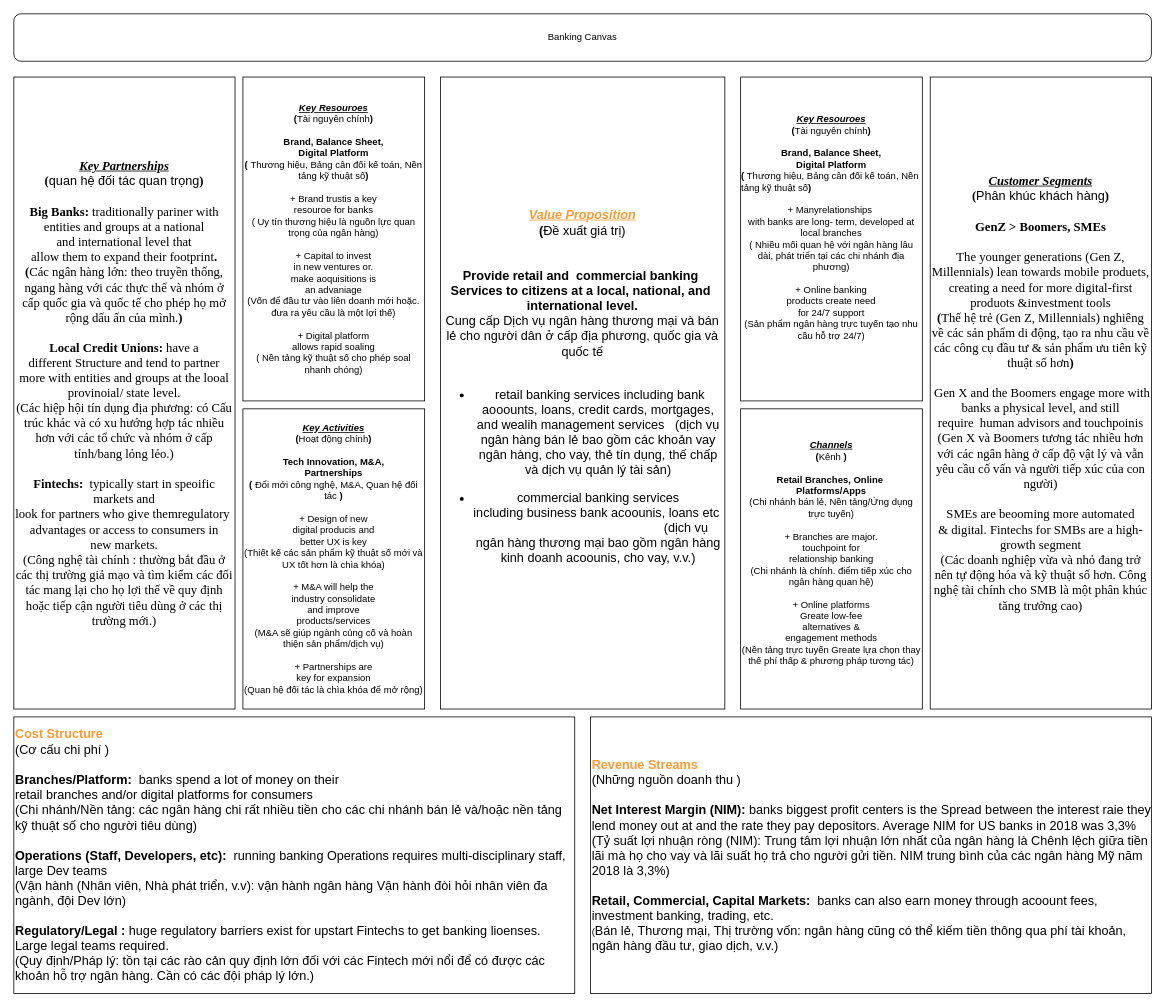
Before: business_canvas.drawio in TRINHCANH/DATA_PRODUCT, a draw.io diagram. Source tidied: cells renumbered, new cells numbered last; positions are measured from the earlier drawing's top-left corner, leaving out a move shared by most shapes. Both pictures are drawn from the tidied source at 79%, with x=0, y=0 at pixel (13, 13).
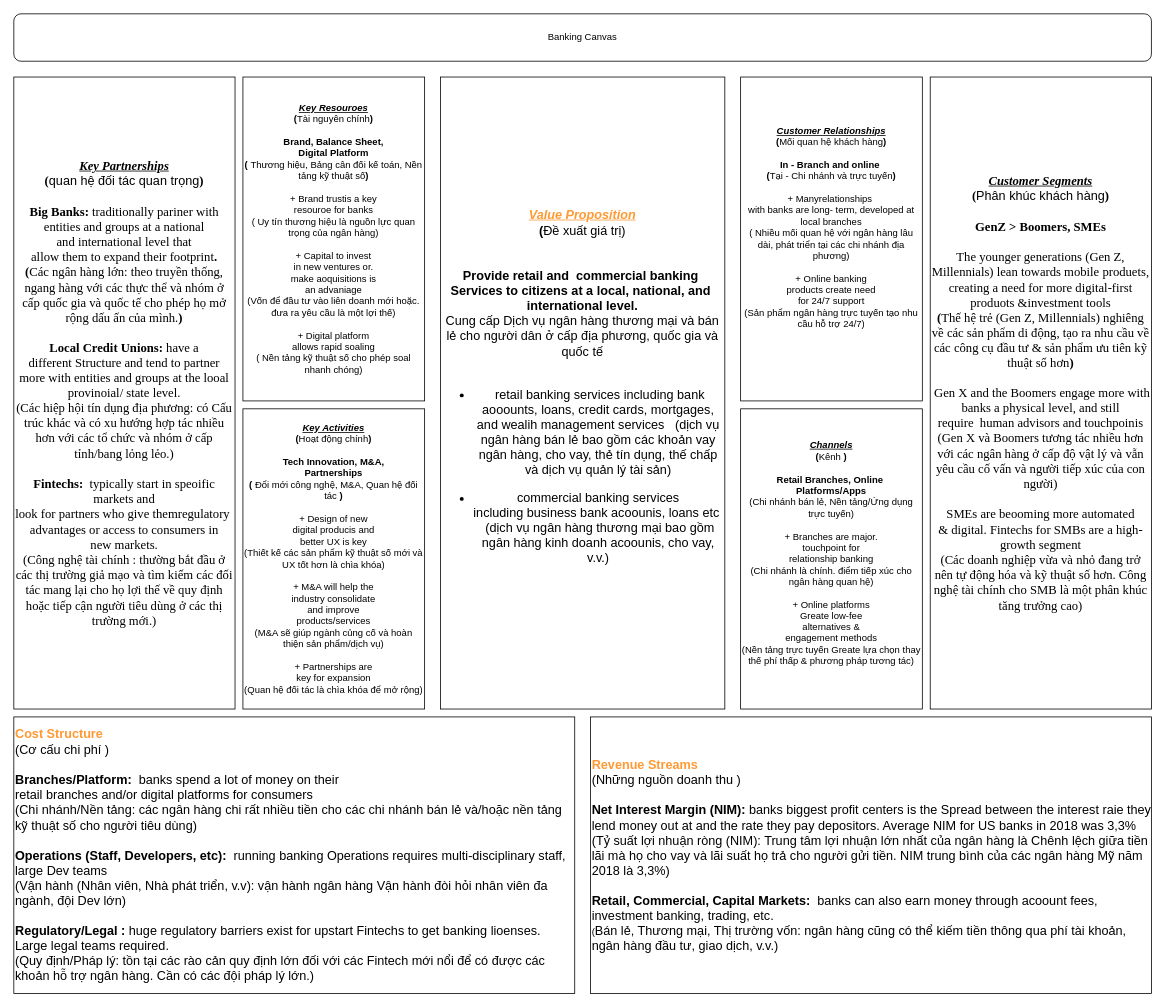
Above is the later version.

Change to the diagram source:
```diff
@@
-    <mxCell id="6" value="&lt;div style=&quot;font-size: 16px;&quot;&gt;&lt;font color=&quot;#ff9933&quot; style=&quot;font-size: 16px;&quot;&gt;&lt;b&gt;&lt;i&gt;&lt;u&gt;Value&amp;nbsp;&lt;span style=&quot;background-color: initial;&quot;&gt;Proposition&lt;/span&gt;&lt;/u&gt;&lt;/i&gt;&lt;/b&gt;&lt;/font&gt;&lt;/div&gt;&lt;div style=&quot;font-size: 16px;&quot;&gt;&lt;span style=&quot;background-color: initial;&quot;&gt;&lt;font style=&quot;font-size: 16px;&quot;&gt;&lt;b&gt;(&lt;/b&gt;Đề xuất giá trị)&lt;br&gt;&lt;/font&gt;&lt;/span&gt;&lt;/div&gt;&lt;div style=&quot;font-size: 16px;&quot;&gt;&lt;font style=&quot;font-size: 16px;&quot;&gt;&lt;br&gt;&lt;/font&gt;&lt;/div&gt;&lt;div style=&quot;font-size: 16px;&quot;&gt;&lt;font style=&quot;font-size: 16px;&quot;&gt;&lt;br&gt;&lt;/font&gt;&lt;/div&gt;&lt;div style=&quot;font-size: 16px;&quot;&gt;&lt;font style=&quot;font-size: 16px;&quot;&gt;&lt;b&gt;Provide retail and&amp;nbsp;&amp;nbsp;&lt;/b&gt;&lt;b style=&quot;background-color: initial;&quot;&gt;commercial banking&amp;nbsp;&lt;/b&gt;&lt;/font&gt;&lt;/div&gt;&lt;div style=&quot;font-size: 16px;&quot;&gt;&lt;font style=&quot;font-size: 16px;&quot;&gt;&lt;b&gt;Services to citizens at&amp;nbsp;&lt;/b&gt;&lt;b style=&quot;background-color: initial;&quot;&gt;a local, national, and&amp;nbsp;&lt;/b&gt;&lt;/font&gt;&lt;/div&gt;&lt;div style=&quot;font-size: 16px;&quot;&gt;&lt;b&gt;&lt;font style=&quot;font-size: 16px;&quot;&gt;international level.&lt;/font&gt;&lt;/b&gt;&lt;/div&gt;&lt;font style=&quot;font-size: 16px;&quot;&gt;Cung cấp Dịch vụ ngân hàng thương mại và bán lẻ cho người dân ở cấp địa phương, quốc gia và quốc tế&lt;br&gt;&lt;/font&gt;&lt;div style=&quot;font-size: 16px;&quot;&gt;&lt;b&gt;&lt;font style=&quot;font-size: 16px;&quot;&gt;&lt;br&gt;&lt;/font&gt;&lt;/b&gt;&lt;/div&gt;&lt;div style=&quot;font-size: 16px;&quot;&gt;&lt;ul style=&quot;&quot;&gt;&lt;li style=&quot;&quot;&gt;&lt;font style=&quot;font-size: 16px;&quot;&gt;&lt;span style=&quot;background-color: initial;&quot;&gt;&amp;nbsp;retail banking&amp;nbsp;&lt;/span&gt;&lt;span style=&quot;background-color: initial;&quot;&gt;services including&amp;nbsp;&lt;/span&gt;&lt;span style=&quot;background-color: initial;&quot;&gt;bank aooounts,&amp;nbsp;&lt;/span&gt;loans, credit cards,&amp;nbsp;&lt;span style=&quot;background-color: initial;&quot;&gt;mortgages, and&amp;nbsp;&lt;/span&gt;&lt;span style=&quot;background-color: initial;&quot;&gt;wealih management&amp;nbsp;&lt;/span&gt;&lt;span style=&quot;background-color: initial;&quot;&gt;services&amp;nbsp; &amp;nbsp;&lt;/span&gt;(dịch vụ ngân hàng bán lẻ bao gồm các khoản vay ngân hàng, cho vay, thẻ tín dụng, thế chấp và dịch vụ quản lý tài sản)&lt;/font&gt;&lt;/li&gt;&lt;/ul&gt;&lt;ul style=&quot;&quot;&gt;&lt;li style=&quot;&quot;&gt;&lt;font style=&quot;font-size: 16px;&quot;&gt;&lt;span style=&quot;background-color: initial;&quot;&gt;commercial banking&amp;nbsp;&lt;/span&gt;&lt;span style=&quot;background-color: initial;&quot;&gt;services including&amp;nbsp;&lt;/span&gt;&lt;span style=&quot;background-color: initial;&quot;&gt;business bank&amp;nbsp;&lt;/span&gt;&lt;span style=&quot;background-color: initial;&quot;&gt;acoounis, loans etc&amp;nbsp; &amp;nbsp; &amp;nbsp; &amp;nbsp; &amp;nbsp; &amp;nbsp; &amp;nbsp; &amp;nbsp; &amp;nbsp; &amp;nbsp; &amp;nbsp; &amp;nbsp; &amp;nbsp; &amp;nbsp; &amp;nbsp; &amp;nbsp; &amp;nbsp; &amp;nbsp; &amp;nbsp; &amp;nbsp; &amp;nbsp; &amp;nbsp; &amp;nbsp; &amp;nbsp; &amp;nbsp; &amp;nbsp; (dịch vụ ngân hàng thương mại bao gồm ngân hàng kinh doanh acoounis, cho vay, v.v.)&lt;/span&gt;&lt;/font&gt;&lt;/li&gt;&lt;/ul&gt;&lt;/div&gt;" style="rounded=0;whiteSpace=wrap;html=1;align=center;" parent="1" vertex="1">
+    <mxCell id="6" value="&lt;div style=&quot;font-size: 16px;&quot;&gt;&lt;font color=&quot;#ff9933&quot; style=&quot;font-size: 16px;&quot;&gt;&lt;b&gt;&lt;i&gt;&lt;u&gt;Value&amp;nbsp;&lt;span style=&quot;background-color: initial;&quot;&gt;Proposition&lt;/span&gt;&lt;/u&gt;&lt;/i&gt;&lt;/b&gt;&lt;/font&gt;&lt;/div&gt;&lt;div style=&quot;font-size: 16px;&quot;&gt;&lt;span style=&quot;background-color: initial;&quot;&gt;&lt;font style=&quot;font-size: 16px;&quot;&gt;&lt;b&gt;(&lt;/b&gt;Đề xuất giá trị)&lt;br&gt;&lt;/font&gt;&lt;/span&gt;&lt;/div&gt;&lt;div style=&quot;font-size: 16px;&quot;&gt;&lt;font style=&quot;font-size: 16px;&quot;&gt;&lt;br&gt;&lt;/font&gt;&lt;/div&gt;&lt;div style=&quot;font-size: 16px;&quot;&gt;&lt;font style=&quot;font-size: 16px;&quot;&gt;&lt;br&gt;&lt;/font&gt;&lt;/div&gt;&lt;div style=&quot;font-size: 16px;&quot;&gt;&lt;font style=&quot;font-size: 16px;&quot;&gt;&lt;b&gt;Provide retail and&amp;nbsp;&amp;nbsp;&lt;/b&gt;&lt;b style=&quot;background-color: initial;&quot;&gt;commercial banking&amp;nbsp;&lt;/b&gt;&lt;/font&gt;&lt;/div&gt;&lt;div style=&quot;font-size: 16px;&quot;&gt;&lt;font style=&quot;font-size: 16px;&quot;&gt;&lt;b&gt;Services to citizens at&amp;nbsp;&lt;/b&gt;&lt;b style=&quot;background-color: initial;&quot;&gt;a local, national, and&amp;nbsp;&lt;/b&gt;&lt;/font&gt;&lt;/div&gt;&lt;div style=&quot;font-size: 16px;&quot;&gt;&lt;b&gt;&lt;font style=&quot;font-size: 16px;&quot;&gt;international level.&lt;/font&gt;&lt;/b&gt;&lt;/div&gt;&lt;font style=&quot;font-size: 16px;&quot;&gt;Cung cấp Dịch vụ ngân hàng thương mại và bán lẻ cho người dân ở cấp địa phương, quốc gia và quốc tế&lt;br&gt;&lt;/font&gt;&lt;div style=&quot;font-size: 16px;&quot;&gt;&lt;b&gt;&lt;font style=&quot;font-size: 16px;&quot;&gt;&lt;br&gt;&lt;/font&gt;&lt;/b&gt;&lt;/div&gt;&lt;div style=&quot;font-size: 16px;&quot;&gt;&lt;ul style=&quot;&quot;&gt;&lt;li style=&quot;&quot;&gt;&lt;font style=&quot;font-size: 16px;&quot;&gt;&lt;span style=&quot;background-color: initial;&quot;&gt;&amp;nbsp;retail banking&amp;nbsp;&lt;/span&gt;&lt;span style=&quot;background-color: initial;&quot;&gt;services including&amp;nbsp;&lt;/span&gt;&lt;span style=&quot;background-color: initial;&quot;&gt;bank aooounts,&amp;nbsp;&lt;/span&gt;loans, credit cards,&amp;nbsp;&lt;span style=&quot;background-color: initial;&quot;&gt;mortgages, and&amp;nbsp;&lt;/span&gt;&lt;span style=&quot;background-color: initial;&quot;&gt;wealih management&amp;nbsp;&lt;/span&gt;&lt;span style=&quot;background-color: initial;&quot;&gt;services&amp;nbsp; &amp;nbsp;&lt;/span&gt;(dịch vụ ngân hàng bán lẻ bao gồm các khoản vay ngân hàng, cho vay, thẻ tín dụng, thế chấp và dịch vụ quản lý tài sản)&lt;/font&gt;&lt;/li&gt;&lt;/ul&gt;&lt;ul style=&quot;&quot;&gt;&lt;li style=&quot;&quot;&gt;&lt;font style=&quot;font-size: 16px;&quot;&gt;&lt;span style=&quot;background-color: initial;&quot;&gt;commercial banking&amp;nbsp;&lt;/span&gt;&lt;span style=&quot;background-color: initial;&quot;&gt;services including&amp;nbsp;&lt;/span&gt;&lt;span style=&quot;background-color: initial;&quot;&gt;business bank&amp;nbsp;&lt;/span&gt;&lt;span style=&quot;background-color: initial;&quot;&gt;acoounis, loans etc&amp;nbsp; &amp;nbsp;(dịch vụ ngân hàng thương mại bao gồm ngân hàng kinh doanh acoounis, cho vay, v.v.)&lt;/span&gt;&lt;/font&gt;&lt;/li&gt;&lt;/ul&gt;&lt;/div&gt;" style="rounded=0;whiteSpace=wrap;html=1;align=center;" parent="1" vertex="1">
       <mxGeometry x="540" y="80" width="360" height="800" as="geometry" />
     </mxCell>
-    <mxCell id="7" value="&lt;b&gt;&lt;i&gt;&lt;u&gt;Key Resouroes&lt;br&gt;&lt;/u&gt;&lt;/i&gt;(&lt;/b&gt;Tài nguyên chính&lt;b&gt;)&lt;/b&gt;&lt;br&gt;&lt;br&gt;&lt;div style=&quot;&quot;&gt;&lt;b&gt;Brand, Balance Sheet,&lt;/b&gt;&lt;/div&gt;&lt;div style=&quot;&quot;&gt;&lt;b&gt;Digital Platform&lt;/b&gt;&lt;/div&gt;&lt;div style=&quot;text-align: left;&quot;&gt;&lt;b&gt;(&amp;nbsp;&lt;/b&gt;&lt;span style=&quot;background-color: initial;&quot;&gt;Thương hiệu, Bảng cân đối kế toán, Nền tảng kỹ thuật số&lt;/span&gt;&lt;b style=&quot;background-color: initial;&quot;&gt;)&lt;/b&gt;&lt;/div&gt;&lt;div style=&quot;&quot;&gt;&lt;b&gt;&lt;br&gt;&lt;/b&gt;&lt;/div&gt;&lt;div style=&quot;&quot;&gt;+ Manyrelationships&amp;nbsp;&lt;/div&gt;with banks are long- term, developed at local branches&lt;div style=&quot;&quot;&gt;(&amp;nbsp;Nhiều mối quan hệ với ngân hàng lâu dài, phát triển tại các chi nhánh địa phương&lt;span style=&quot;background-color: initial;&quot;&gt;)&lt;/span&gt;&lt;/div&gt;&lt;div style=&quot;text-align: left;&quot;&gt;&lt;br&gt;&lt;/div&gt;&lt;div style=&quot;&quot;&gt;&lt;div&gt;+ Online banking&lt;/div&gt;&lt;div&gt;products create need&lt;/div&gt;&lt;div&gt;for 24/7 support&lt;/div&gt;&lt;/div&gt;&lt;div style=&quot;&quot;&gt;(Sản phẩm ngân hàng trực tuyến tạo nhu cầu hỗ trợ 24/7)&lt;/div&gt;&lt;div style=&quot;&quot;&gt;&lt;br&gt;&lt;/div&gt;&lt;div style=&quot;&quot;&gt;&lt;br&gt;&lt;/div&gt;" style="rounded=0;whiteSpace=wrap;html=1;" parent="1" vertex="1">
+    <mxCell id="7" value="&lt;b&gt;&lt;i&gt;&lt;u&gt;Customer Relationships&lt;br&gt;&lt;/u&gt;&lt;/i&gt;(&lt;/b&gt;Mối quan hệ khách hàng&lt;b&gt;)&lt;/b&gt;&lt;br&gt;&lt;br&gt;&lt;div style=&quot;&quot;&gt;&lt;b&gt;In - Branch and online&amp;nbsp;&lt;/b&gt;&lt;/div&gt;&lt;div style=&quot;&quot;&gt;&lt;b&gt;(&lt;/b&gt;Tại - Chi nhánh và trực tuyến&lt;b style=&quot;background-color: initial;&quot;&gt;)&lt;/b&gt;&lt;/div&gt;&lt;div style=&quot;&quot;&gt;&lt;b&gt;&lt;br&gt;&lt;/b&gt;&lt;/div&gt;&lt;div style=&quot;&quot;&gt;+ Manyrelationships&amp;nbsp;&lt;/div&gt;with banks are long- term, developed at local branches&lt;div style=&quot;&quot;&gt;(&amp;nbsp;Nhiều mối quan hệ với ngân hàng lâu dài, phát triển tại các chi nhánh địa phương&lt;span style=&quot;background-color: initial;&quot;&gt;)&lt;/span&gt;&lt;/div&gt;&lt;div style=&quot;text-align: left;&quot;&gt;&lt;br&gt;&lt;/div&gt;&lt;div style=&quot;&quot;&gt;&lt;div&gt;+ Online banking&lt;/div&gt;&lt;div&gt;products create need&lt;/div&gt;&lt;div&gt;for 24/7 support&lt;/div&gt;&lt;/div&gt;&lt;div style=&quot;&quot;&gt;(Sản phẩm ngân hàng trực tuyến tạo nhu cầu hỗ trợ 24/7)&lt;/div&gt;&lt;div style=&quot;&quot;&gt;&lt;br&gt;&lt;/div&gt;&lt;div style=&quot;&quot;&gt;&lt;br&gt;&lt;/div&gt;" style="rounded=0;whiteSpace=wrap;html=1;" parent="1" vertex="1">
       <mxGeometry x="920" y="80" width="230" height="410" as="geometry" />
     </mxCell>
```
